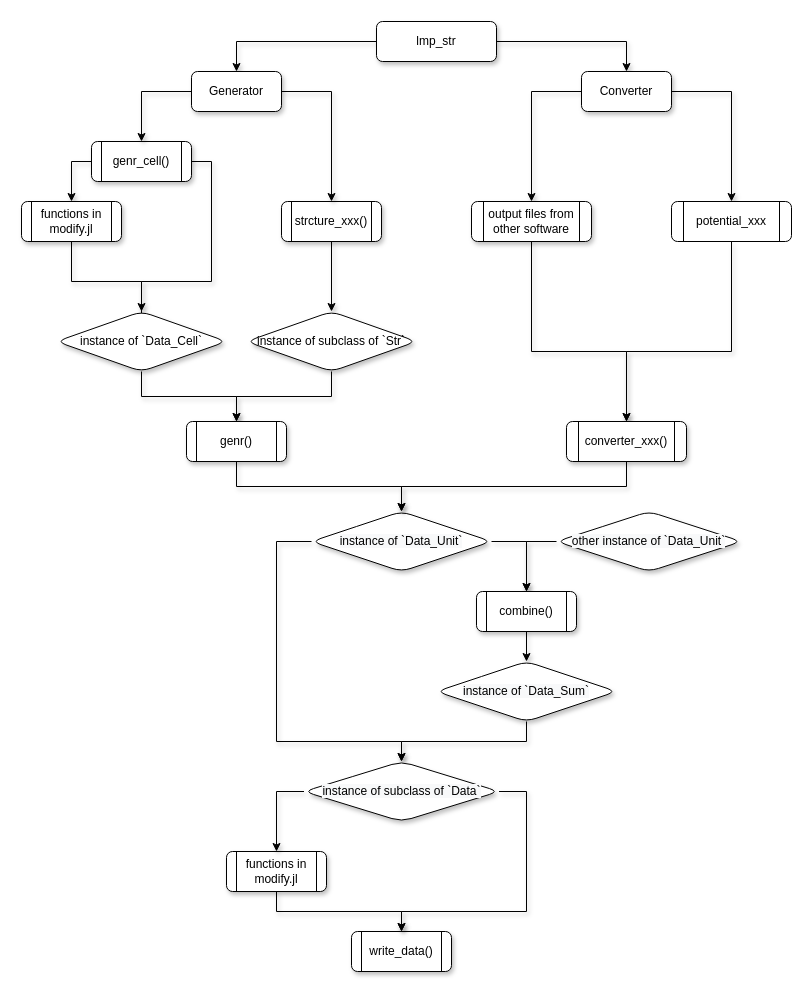
Before: images/flowchart.drawio in zhenyuwei99/lmp_str.jl, a draw.io diagram. Source tidied: cells renumbered, new cells numbered last; positions are measured from the earlier drawing's top-left corner, leaving out a move shared by most shapes. Both pictures are drawn from the tidied source at 100%, with x=0, y=0 at pixel (21, 21).
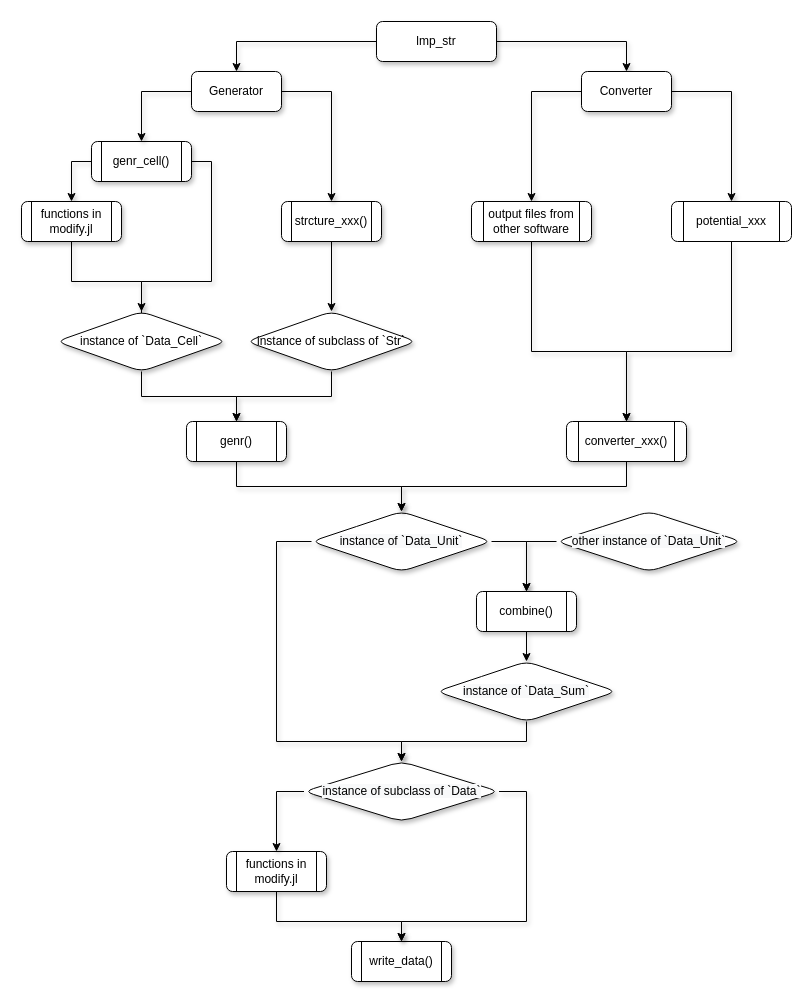
Above is the later version.

Unchanged cells that the change refers to:
```xml
<mxCell id="29" value="functions in modify.jl" style="shape=process;whiteSpace=wrap;html=1;backgroundOutline=1;rounded=1;sketch=0;gradientColor=none;shadow=1;" parent="1" vertex="1">
  <mxGeometry x="205" y="830" width="100" height="40" as="geometry" />
</mxCell>
<mxCell id="44" value="&lt;span style=&quot;color: rgb(0 , 0 , 0) ; font-family: &amp;#34;helvetica&amp;#34; ; font-size: 12px ; font-style: normal ; font-weight: 400 ; letter-spacing: normal ; text-align: center ; text-indent: 0px ; text-transform: none ; word-spacing: 0px ; background-color: rgb(248 , 249 , 250) ; display: inline ; float: none&quot;&gt;instance of subclass of `Data`&lt;/span&gt;" style="rhombus;whiteSpace=wrap;html=1;rounded=1;sketch=0;shadow=1;" parent="1" vertex="1">
  <mxGeometry x="282.5" y="740" width="195" height="60" as="geometry" />
</mxCell>
```

Diff of the diagram source:
```diff
@@
-    <mxCell id="4" value="lmp_str" style="rounded=1;whiteSpace=wrap;html=1;fontSize=12;glass=0;strokeWidth=1;shadow=1;" parent="1" vertex="1">
+    <mxCell id="4" value="lmp_str" style="rounded=1;whiteSpace=wrap;html=1;fontSize=12;glass=0;strokeWidth=1;shadow=1;sketch=0;" parent="1" vertex="1">
       <mxGeometry x="355" width="120" height="40" as="geometry" />
     </mxCell>
     <mxCell id="5" value="write_data()" style="shape=process;whiteSpace=wrap;html=1;backgroundOutline=1;shadow=1;rounded=1;" parent="1" vertex="1">
-      <mxGeometry x="330" y="910" width="100" height="40" as="geometry" />
+      <mxGeometry x="330" y="920" width="100" height="40" as="geometry" />
     </mxCell>
@@
     <mxCell id="28" style="edgeStyle=orthogonalEdgeStyle;rounded=0;jettySize=auto;html=1;exitX=0.5;exitY=1;exitDx=0;exitDy=0;shadow=1;" parent="1" edge="1" source="29" target="5">
-      <mxGeometry relative="1" as="geometry" />
+      <mxGeometry relative="1" as="geometry">
+        <Array as="points">
+          <mxPoint x="255" y="900" />
+          <mxPoint x="380" y="900" />
+        </Array>
+      </mxGeometry>
     </mxCell>
@@
     <mxCell id="43" style="edgeStyle=orthogonalEdgeStyle;rounded=0;jettySize=auto;html=1;exitX=1;exitY=0.5;exitDx=0;exitDy=0;entryX=0.5;entryY=0;entryDx=0;entryDy=0;shadow=1;" parent="1" edge="1" source="44" target="5">
       <mxGeometry relative="1" as="geometry">
         <Array as="points">
           <mxPoint x="505" y="770" />
-          <mxPoint x="505" y="890" />
-          <mxPoint x="380" y="890" />
+          <mxPoint x="505" y="900" />
+          <mxPoint x="380" y="900" />
         </Array>
       </mxGeometry>
     </mxCell>
```
